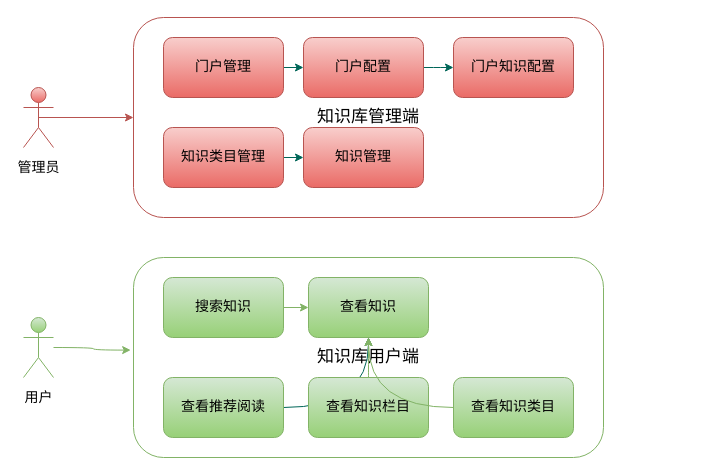
Above: work/knowledge_portal/知识门户架构图.drawio in jiswordsman/diagram (draw.io), before the change. Source tidied: cells renumbered, new cells numbered last; positions are measured from the earlier drawing's top-left corner, leaving out a move shared by most shapes. Both pictures are drawn from the tidied source at 100%, with x=0, y=0 at pixel (23, 17).
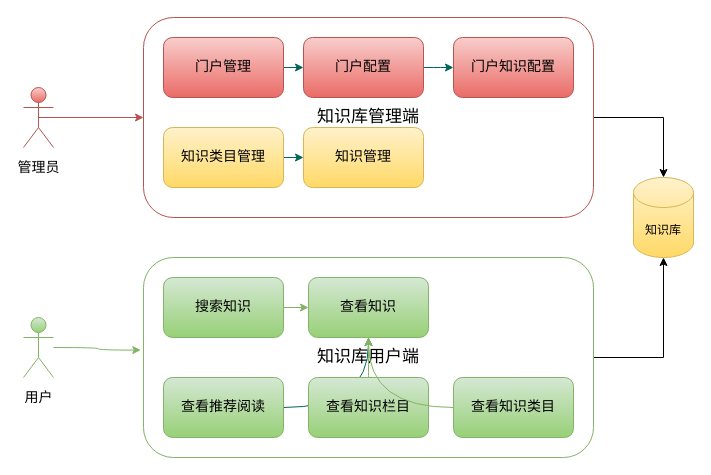
The same page after the edit.

Commit message (it also covers changes not shown here):
更新知识门户架构图.drawio

What changed in the source:
```diff
@@
+    <mxCell id="25" style="edgeStyle=orthogonalEdgeStyle;rounded=0;jettySize=auto;html=1;entryX=0.5;entryY=0;entryDx=0;entryDy=0;entryPerimeter=0;" parent="1" edge="1" source="4" target="27">
+      <mxGeometry relative="1" as="geometry" />
+    </mxCell>
     <mxCell id="4" value="&lt;font style=&quot;font-size: 17px;&quot;&gt;知识库管理端&lt;/font&gt;" style="rounded=1;whiteSpace=wrap;html=1;hachureGap=4;fontFamily=Architects Daughter;fontSize=14;fillColor=none;strokeColor=#b85450;gradientColor=#ea6b66;" parent="1" vertex="1">
-      <mxGeometry x="110" width="470" height="200" as="geometry" />
+      <mxGeometry x="120" width="450" height="200" as="geometry" />
     </mxCell>
@@
-    <mxCell id="11" value="知识类目管理" style="rounded=1;whiteSpace=wrap;html=1;hachureGap=4;fontFamily=Architects Daughter;fontSize=14;fillColor=#f8cecc;strokeColor=#b85450;gradientColor=#ea6b66;" parent="1" vertex="1">
+    <mxCell id="11" value="知识类目管理" style="rounded=1;whiteSpace=wrap;html=1;hachureGap=4;fontFamily=Architects Daughter;fontSize=14;fillColor=#fff2cc;strokeColor=#d6b656;gradientColor=#ffd966;" parent="1" vertex="1">
       <mxGeometry x="140" y="110" width="120" height="60" as="geometry" />
     </mxCell>
-    <mxCell id="12" value="知识管理" style="rounded=1;whiteSpace=wrap;html=1;hachureGap=4;fontFamily=Architects Daughter;fontSize=14;fillColor=#f8cecc;strokeColor=#b85450;gradientColor=#ea6b66;" parent="1" vertex="1">
+    <mxCell id="12" value="知识管理" style="rounded=1;whiteSpace=wrap;html=1;hachureGap=4;fontFamily=Architects Daughter;fontSize=14;fillColor=#fff2cc;strokeColor=#d6b656;gradientColor=#ffd966;" parent="1" vertex="1">
       <mxGeometry x="280" y="110" width="120" height="60" as="geometry" />
     </mxCell>
+    <mxCell id="26" style="edgeStyle=orthogonalEdgeStyle;rounded=0;jettySize=auto;html=1;entryX=0.5;entryY=1;entryDx=0;entryDy=0;entryPerimeter=0;" parent="1" edge="1" source="13" target="27">
+      <mxGeometry relative="1" as="geometry" />
+    </mxCell>
     <mxCell id="13" value="&lt;font style=&quot;font-size: 17px;&quot;&gt;知识库用户端&lt;/font&gt;" style="rounded=1;whiteSpace=wrap;html=1;hachureGap=4;fontFamily=Architects Daughter;fontSize=14;fillColor=none;strokeColor=#82b366;gradientColor=#97d077;" parent="1" vertex="1">
-      <mxGeometry x="110" y="240" width="470" height="200" as="geometry" />
+      <mxGeometry x="120" y="240" width="450" height="200" as="geometry" />
     </mxCell>
@@
+    <mxCell id="27" value="知识库" style="shape=cylinder3;whiteSpace=wrap;html=1;boundedLbl=1;backgroundOutline=1;size=15;fillColor=#fff2cc;gradientColor=#ffd966;strokeColor=#d6b656;" parent="1" vertex="1">
+      <mxGeometry x="610" y="160" width="60" height="80" as="geometry" />
+    </mxCell>
```
